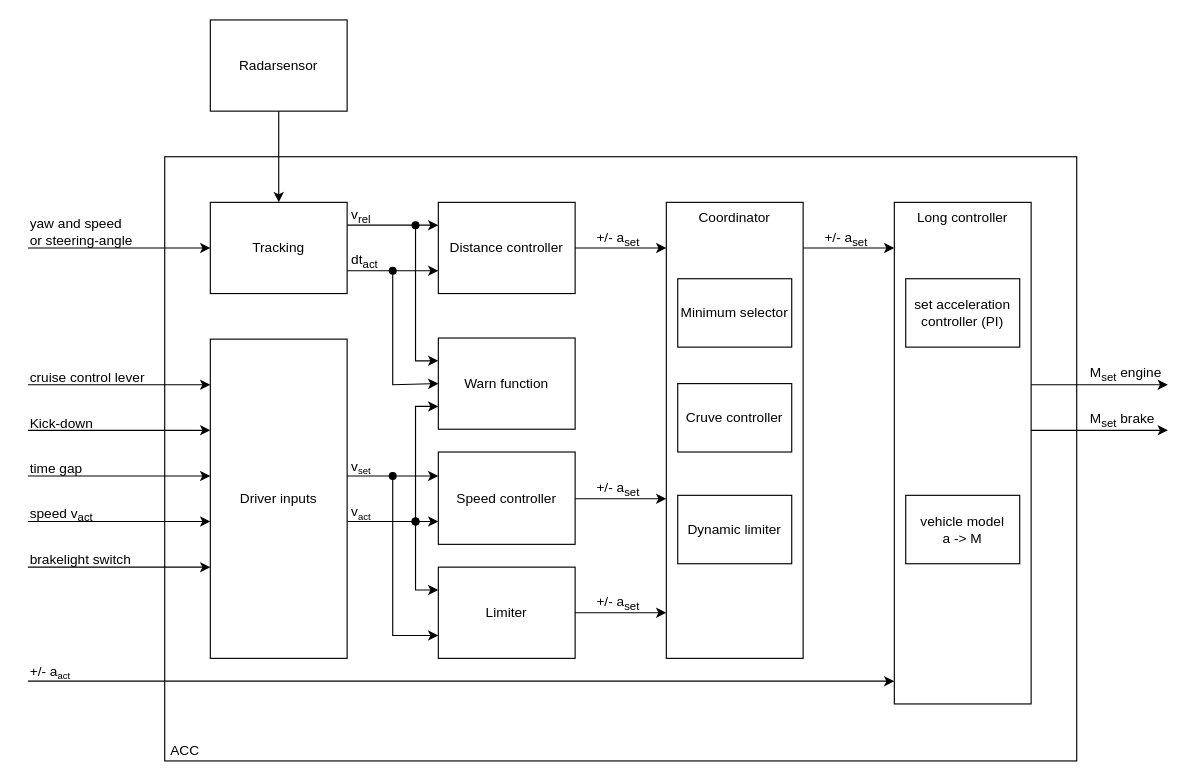
Earlier version of the draw.io diagram page "Functional model" (5 of 6) of 00_Reverseengineering/ACC_limits.drawio (littleprojects/ACC_W211). Source tidied: cells renumbered, new cells numbered last; positions are measured from the earlier drawing's top-left corner, leaving out a move shared by most shapes. Both pictures are drawn from the tidied source at 114%, with x=0, y=0 at pixel (27, 19).
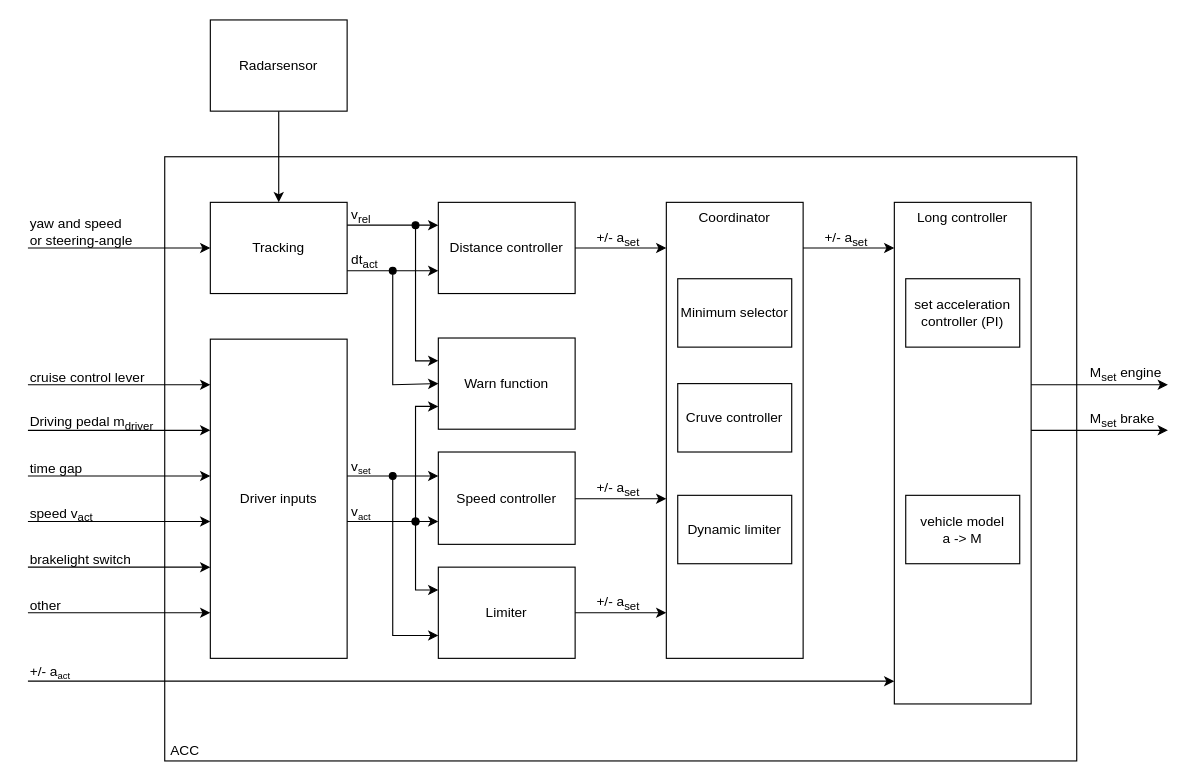
Above is the later version.

The edit, as a diff of the source:
```diff
@@
-    <mxCell id="10" value="Kick-down" style="text;html=1;strokeColor=none;fillColor=none;align=left;verticalAlign=middle;whiteSpace=wrap;rounded=0;" parent="1" vertex="1">
-      <mxGeometry y="339" width="110" height="30" as="geometry" />
+    <mxCell id="10" value="Driving pedal m&lt;sub&gt;driver&lt;/sub&gt;" style="text;html=1;strokeColor=none;fillColor=none;align=left;verticalAlign=middle;whiteSpace=wrap;rounded=0;" parent="1" vertex="1">
+      <mxGeometry y="339" width="120" height="30" as="geometry" />
     </mxCell>
@@
+    <mxCell id="57" style="endArrow=classic;html=1;rounded=0;align=left;" parent="1" edge="1">
+      <mxGeometry relative="1" as="geometry">
+        <mxPoint y="520" as="sourcePoint" />
+        <mxPoint x="160" y="520" as="targetPoint" />
+      </mxGeometry>
+    </mxCell>
+    <mxCell id="58" value="other" style="text;html=1;strokeColor=none;fillColor=none;align=left;verticalAlign=middle;whiteSpace=wrap;rounded=0;" parent="1" vertex="1">
+      <mxGeometry y="499" width="110" height="30" as="geometry" />
+    </mxCell>
```
